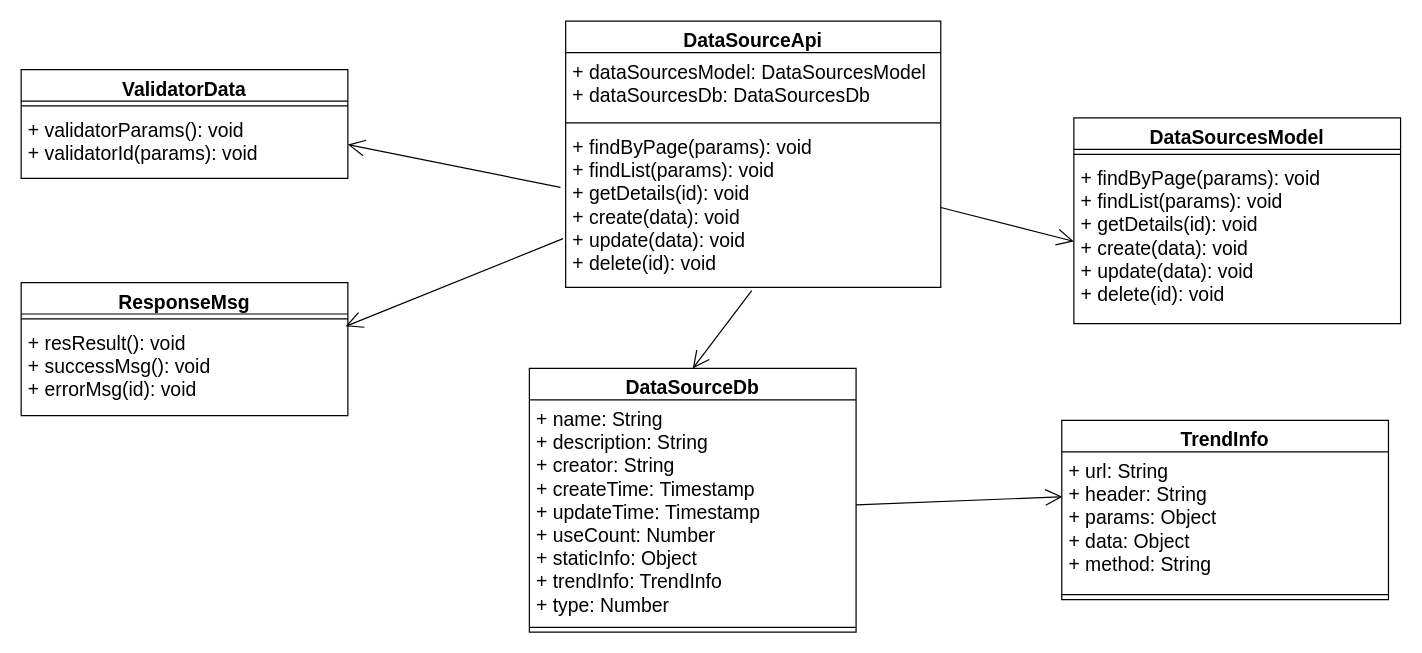
The draw.io diagram 第五章/数据源类图.drawio in yuxinyu12345/diagrams, before the edit. Source tidied: cells renumbered, new cells numbered last; positions are measured from the earlier drawing's top-left corner, leaving out a move shared by most shapes. Both pictures are drawn from the tidied source at 121%, with x=0, y=0 at pixel (21, 21).
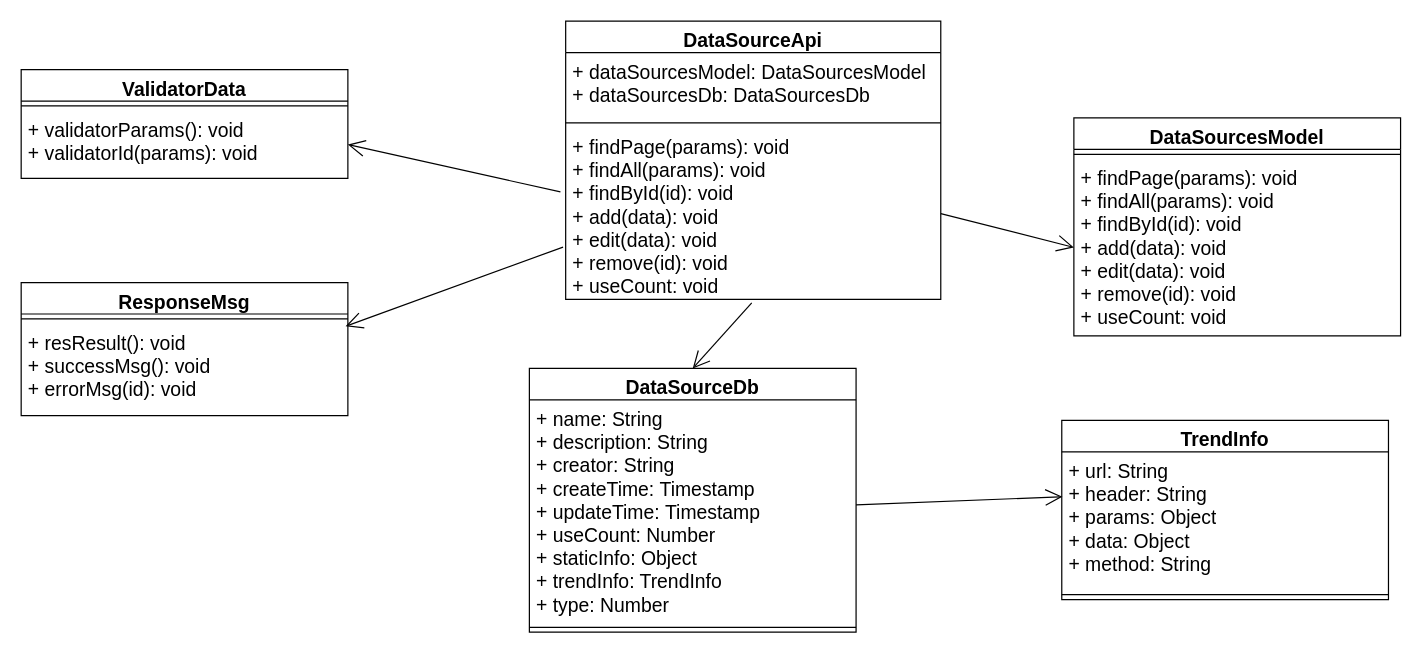
The same diagram, later.

Commit message:
更新数据源类图.drawio

Diff of the diagram source:
```diff
@@
     <mxCell id="2" value="DataSourceApi" style="swimlane;fontStyle=1;align=center;verticalAlign=top;horizontal=1;startSize=26;whiteSpace=wrap;html=1;fontSize=16;" parent="1" vertex="1">
-      <mxGeometry x="450" width="310" height="220" as="geometry" />
+      <mxGeometry x="450" width="310" height="230" as="geometry" />
     </mxCell>
@@
-    <mxCell id="5" value="+ findByPage(params): void&lt;br style=&quot;font-size: 16px;&quot;&gt;+ findList(params): void&lt;br style=&quot;font-size: 16px;&quot;&gt;+ getDetails(id): void&lt;br style=&quot;font-size: 16px;&quot;&gt;+ create(data): void&lt;br style=&quot;font-size: 16px;&quot;&gt;+ update(data): void&lt;br style=&quot;font-size: 16px;&quot;&gt;+ delete(id): void" style="text;strokeColor=none;fillColor=none;align=left;verticalAlign=top;spacingLeft=4;spacingRight=4;overflow=hidden;points=[[0,0.5],[1,0.5]];portConstraint=eastwest;whiteSpace=wrap;html=1;fontSize=16;" parent="2" vertex="1">
-      <mxGeometry y="88" width="310" height="132" as="geometry" />
+    <mxCell id="5" value="+ findPage(params): void&lt;br style=&quot;font-size: 16px;&quot;&gt;+ findAll(params): void&lt;br style=&quot;font-size: 16px;&quot;&gt;+ findById(id): void&lt;br style=&quot;font-size: 16px;&quot;&gt;+ add(data): void&lt;br style=&quot;font-size: 16px;&quot;&gt;+ edit(data): void&lt;br style=&quot;font-size: 16px;&quot;&gt;+ remove(id): void&lt;div&gt;+ useCount: void&lt;/div&gt;" style="text;strokeColor=none;fillColor=none;align=left;verticalAlign=top;spacingLeft=4;spacingRight=4;overflow=hidden;points=[[0,0.5],[1,0.5]];portConstraint=eastwest;whiteSpace=wrap;html=1;fontSize=16;" parent="2" vertex="1">
+      <mxGeometry y="88" width="310" height="142" as="geometry" />
     </mxCell>
     <mxCell id="6" value="DataSourcesModel" style="swimlane;fontStyle=1;align=center;verticalAlign=top;horizontal=1;startSize=26;whiteSpace=wrap;html=1;fontSize=16;" parent="1" vertex="1">
-      <mxGeometry x="870" y="80" width="270" height="170" as="geometry" />
+      <mxGeometry x="870" y="80" width="270" height="180" as="geometry" />
     </mxCell>
@@
-    <mxCell id="8" value="+ findByPage(params): void&lt;br style=&quot;font-size: 16px;&quot;&gt;+ findList(params): void&lt;br style=&quot;font-size: 16px;&quot;&gt;+ getDetails(id): void&lt;br style=&quot;font-size: 16px;&quot;&gt;+ create(data): void&lt;br style=&quot;font-size: 16px;&quot;&gt;+ update(data): void&lt;br style=&quot;font-size: 16px;&quot;&gt;+ delete(id): void" style="text;strokeColor=none;fillColor=none;align=left;verticalAlign=top;spacingLeft=4;spacingRight=4;overflow=hidden;points=[[0,0.5],[1,0.5]];portConstraint=eastwest;whiteSpace=wrap;html=1;fontSize=16;" parent="6" vertex="1">
-      <mxGeometry y="34" width="270" height="136" as="geometry" />
+    <mxCell id="8" value="+ findPage(params): void&lt;br style=&quot;font-size: 16px;&quot;&gt;+ findAll(params): void&lt;br style=&quot;font-size: 16px;&quot;&gt;+ findById(id): void&lt;br style=&quot;font-size: 16px;&quot;&gt;+ add(data): void&lt;br style=&quot;font-size: 16px;&quot;&gt;+ edit(data): void&lt;br style=&quot;font-size: 16px;&quot;&gt;+ remove(id): void&lt;div&gt;+ useCount: void&lt;br&gt;&lt;/div&gt;" style="text;strokeColor=none;fillColor=none;align=left;verticalAlign=top;spacingLeft=4;spacingRight=4;overflow=hidden;points=[[0,0.5],[1,0.5]];portConstraint=eastwest;whiteSpace=wrap;html=1;fontSize=16;" parent="6" vertex="1">
+      <mxGeometry y="34" width="270" height="146" as="geometry" />
     </mxCell>
```
